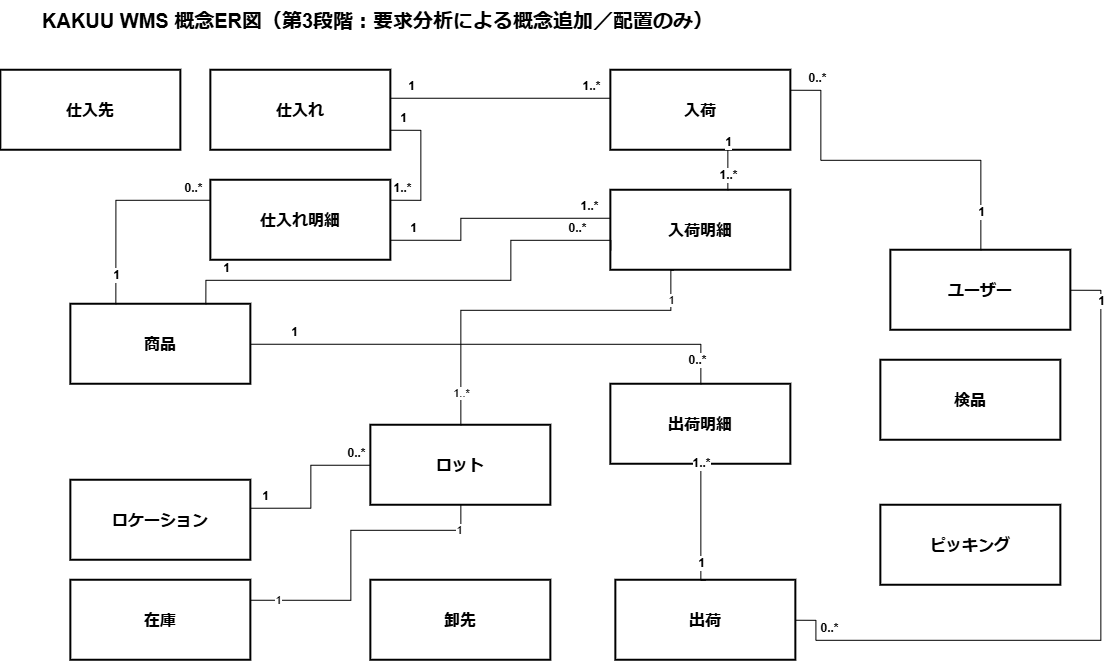
Earlier version of the draw.io export docs/3_要件定義/06_概念ER図/png/KAKUU_WMS_概念ER図_第3段階_配置のみ.drawio.png (hino-115/kakuu-wms). Source tidied: cells renumbered, new cells last; positions are measured from the earlier drawing's top-left corner, leaving out a move shared by most shapes. Source of this version:
```xml
<mxGraphModel>
  <root>
    <mxCell id="0" />
    <mxCell id="1" parent="0" />
    <mxCell id="2" value="KAKUU WMS 概念ER図（第3段階：要求分析による概念追加／配置のみ）" style="text;html=1;strokeColor=none;fillColor=none;align=left;verticalAlign=middle;whiteSpace=wrap;rounded=0;fontSize=20;fontStyle=1;" parent="1" vertex="1">
      <mxGeometry x="40" width="750" height="40" as="geometry" />
    </mxCell>
    <mxCell id="3" value="商品" style="rounded=0;whiteSpace=wrap;html=1;fillColor=#ffffff;strokeColor=#000000;strokeWidth=2;fontSize=16;fontStyle=1;align=center;verticalAlign=middle;" parent="1" vertex="1">
      <mxGeometry x="70" y="304" width="180" height="80" as="geometry" />
    </mxCell>
    <mxCell id="4" value="仕入れ" style="rounded=0;whiteSpace=wrap;html=1;fillColor=#ffffff;strokeColor=#000000;strokeWidth=2;fontSize=16;fontStyle=1;align=center;verticalAlign=middle;" parent="1" vertex="1">
      <mxGeometry x="210" y="70" width="180" height="80" as="geometry" />
    </mxCell>
    <mxCell id="5" value="入荷" style="rounded=0;whiteSpace=wrap;html=1;fillColor=#ffffff;strokeColor=#000000;strokeWidth=2;fontSize=16;fontStyle=1;align=center;verticalAlign=middle;" parent="1" vertex="1">
      <mxGeometry x="610" y="70" width="180" height="80" as="geometry" />
    </mxCell>
    <mxCell id="6" value="在庫" style="rounded=0;whiteSpace=wrap;html=1;fillColor=#ffffff;strokeColor=#000000;strokeWidth=2;fontSize=16;fontStyle=1;align=center;verticalAlign=middle;" parent="1" vertex="1">
      <mxGeometry x="70" y="580" width="180" height="80" as="geometry" />
    </mxCell>
    <mxCell id="7" value="出荷" style="rounded=0;whiteSpace=wrap;html=1;fillColor=#ffffff;strokeColor=#000000;strokeWidth=2;fontSize=16;fontStyle=1;align=center;verticalAlign=middle;" parent="1" vertex="1">
      <mxGeometry x="615" y="580" width="180" height="80" as="geometry" />
    </mxCell>
    <mxCell id="8" value="ロケーション" style="rounded=0;whiteSpace=wrap;html=1;fillColor=#ffffff;strokeColor=#000000;strokeWidth=2;fontSize=16;fontStyle=1;align=center;verticalAlign=middle;" parent="1" vertex="1">
      <mxGeometry x="70" y="480" width="180" height="80" as="geometry" />
    </mxCell>
    <mxCell id="9" value="ユーザー" style="rounded=0;whiteSpace=wrap;html=1;fillColor=#ffffff;strokeColor=#000000;strokeWidth=2;fontSize=16;fontStyle=1;align=center;verticalAlign=middle;" parent="1" vertex="1">
      <mxGeometry x="890" y="250" width="180" height="80" as="geometry" />
    </mxCell>
    <mxCell id="10" value="仕入れ明細" style="rounded=0;whiteSpace=wrap;html=1;fillColor=#ffffff;strokeColor=#000000;strokeWidth=2;fontSize=16;fontStyle=1;align=center;verticalAlign=middle;" parent="1" vertex="1">
      <mxGeometry x="210" y="180" width="180" height="80" as="geometry" />
    </mxCell>
    <mxCell id="11" value="入荷明細" style="rounded=0;whiteSpace=wrap;html=1;fillColor=#ffffff;strokeColor=#000000;strokeWidth=2;fontSize=16;fontStyle=1;align=center;verticalAlign=middle;" parent="1" vertex="1">
      <mxGeometry x="610" y="190" width="180" height="80" as="geometry" />
    </mxCell>
    <mxCell id="12" value="出荷明細" style="rounded=0;whiteSpace=wrap;html=1;fillColor=#ffffff;strokeColor=#000000;strokeWidth=2;fontSize=16;fontStyle=1;align=center;verticalAlign=middle;" parent="1" vertex="1">
      <mxGeometry x="610" y="384" width="180" height="80" as="geometry" />
    </mxCell>
    <mxCell id="13" value="仕入先" style="rounded=0;whiteSpace=wrap;html=1;fillColor=#ffffff;strokeColor=#000000;strokeWidth=2;fontSize=16;fontStyle=1;align=center;verticalAlign=middle;" parent="1" vertex="1">
      <mxGeometry y="70" width="180" height="80" as="geometry" />
    </mxCell>
    <mxCell id="14" value="ロット" style="rounded=0;whiteSpace=wrap;html=1;fillColor=#ffffff;strokeColor=#000000;strokeWidth=2;fontSize=16;fontStyle=1;align=center;verticalAlign=middle;" parent="1" vertex="1">
      <mxGeometry x="370" y="425" width="180" height="80" as="geometry" />
    </mxCell>
    <mxCell id="15" value="ピッキング" style="rounded=0;whiteSpace=wrap;html=1;fillColor=#ffffff;strokeColor=#000000;strokeWidth=2;fontSize=16;fontStyle=1;align=center;verticalAlign=middle;" parent="1" vertex="1">
      <mxGeometry x="880" y="505" width="180" height="80" as="geometry" />
    </mxCell>
    <mxCell id="16" value="検品" style="rounded=0;whiteSpace=wrap;html=1;fillColor=#ffffff;strokeColor=#000000;strokeWidth=2;fontSize=16;fontStyle=1;align=center;verticalAlign=middle;" parent="1" vertex="1">
      <mxGeometry x="880" y="360" width="180" height="80" as="geometry" />
    </mxCell>
    <mxCell id="17" value="卸先" style="rounded=0;whiteSpace=wrap;html=1;fillColor=#ffffff;strokeColor=#000000;strokeWidth=2;fontSize=16;fontStyle=1;align=center;verticalAlign=middle;" parent="1" vertex="1">
      <mxGeometry x="370" y="580" width="180" height="80" as="geometry" />
    </mxCell>
    <mxCell id="18" style="edgeStyle=orthogonalEdgeStyle;rounded=0;jettySize=auto;html=1;endArrow=none;startArrow=none;exitX=0.25;exitY=0;exitDx=0;exitDy=0;entryX=0;entryY=0.25;entryDx=0;entryDy=0;" parent="1" edge="1" source="3" target="10">
      <mxGeometry relative="1" as="geometry" />
    </mxCell>
    <mxCell id="19" value="1" style="edgeLabel;html=1;align=center;verticalAlign=middle;fontSize=12;fontStyle=1;" parent="18" vertex="1">
      <mxGeometry x="-0.82" relative="1" as="geometry">
        <mxPoint y="-12" as="offset" />
      </mxGeometry>
    </mxCell>
    <mxCell id="20" value="0..*" style="edgeLabel;html=1;align=center;verticalAlign=middle;fontSize=12;fontStyle=1;" parent="18" vertex="1">
      <mxGeometry x="0.82" relative="1" as="geometry">
        <mxPoint y="-12" as="offset" />
      </mxGeometry>
    </mxCell>
    <mxCell id="21" style="edgeStyle=orthogonalEdgeStyle;rounded=0;jettySize=auto;html=1;endArrow=none;startArrow=none;exitX=1;exitY=0.75;exitDx=0;exitDy=0;entryX=1;entryY=0.25;entryDx=0;entryDy=0;" parent="1" edge="1" source="4" target="10">
      <mxGeometry relative="1" as="geometry">
        <Array as="points">
          <mxPoint x="420" y="130" />
          <mxPoint x="420" y="200" />
        </Array>
      </mxGeometry>
    </mxCell>
    <mxCell id="22" value="1" style="edgeLabel;html=1;align=center;verticalAlign=middle;fontSize=12;fontStyle=1;" parent="21" vertex="1">
      <mxGeometry x="-0.82" relative="1" as="geometry">
        <mxPoint y="-12" as="offset" />
      </mxGeometry>
    </mxCell>
    <mxCell id="23" value="1..*" style="edgeLabel;html=1;align=center;verticalAlign=middle;fontSize=12;fontStyle=1;" parent="21" vertex="1">
      <mxGeometry x="0.82" relative="1" as="geometry">
        <mxPoint y="-12" as="offset" />
      </mxGeometry>
    </mxCell>
    <mxCell id="24" style="edgeStyle=orthogonalEdgeStyle;rounded=0;jettySize=auto;html=1;endArrow=none;startArrow=none;exitX=1;exitY=0.35;exitDx=0;exitDy=0;entryX=0;entryY=0.35;entryDx=0;entryDy=0;" parent="1" edge="1" source="4" target="5">
      <mxGeometry relative="1" as="geometry" />
    </mxCell>
    <mxCell id="25" value="1" style="edgeLabel;html=1;align=center;verticalAlign=middle;fontSize=12;fontStyle=1;" parent="24" vertex="1">
      <mxGeometry x="-0.82" relative="1" as="geometry">
        <mxPoint y="-12" as="offset" />
      </mxGeometry>
    </mxCell>
    <mxCell id="26" value="1..*" style="edgeLabel;html=1;align=center;verticalAlign=middle;fontSize=12;fontStyle=1;" parent="24" vertex="1">
      <mxGeometry x="0.82" relative="1" as="geometry">
        <mxPoint y="-12" as="offset" />
      </mxGeometry>
    </mxCell>
    <mxCell id="27" style="edgeStyle=orthogonalEdgeStyle;rounded=0;jettySize=auto;html=1;endArrow=none;startArrow=none;exitX=1;exitY=0.75;exitDx=0;exitDy=0;entryX=0;entryY=0.35;entryDx=0;entryDy=0;" parent="1" edge="1" source="10" target="11">
      <mxGeometry relative="1" as="geometry">
        <Array as="points">
          <mxPoint x="460" y="240" />
          <mxPoint x="460" y="218" />
        </Array>
      </mxGeometry>
    </mxCell>
    <mxCell id="28" value="1" style="edgeLabel;html=1;align=center;verticalAlign=middle;fontSize=12;fontStyle=1;" parent="27" vertex="1">
      <mxGeometry x="-0.82" relative="1" as="geometry">
        <mxPoint y="-12" as="offset" />
      </mxGeometry>
    </mxCell>
    <mxCell id="29" value="1..*" style="edgeLabel;html=1;align=center;verticalAlign=middle;fontSize=12;fontStyle=1;" parent="27" vertex="1">
      <mxGeometry x="0.82" relative="1" as="geometry">
        <mxPoint y="-12" as="offset" />
      </mxGeometry>
    </mxCell>
    <mxCell id="30" style="edgeStyle=orthogonalEdgeStyle;rounded=0;jettySize=auto;html=1;endArrow=none;startArrow=none;exitX=0.75;exitY=0;exitDx=0;exitDy=0;entryX=0;entryY=0.75;entryDx=0;entryDy=0;" parent="1" edge="1" source="3" target="11">
      <mxGeometry relative="1" as="geometry">
        <Array as="points">
          <mxPoint x="205" y="280" />
          <mxPoint x="510" y="280" />
          <mxPoint x="510" y="240" />
        </Array>
      </mxGeometry>
    </mxCell>
    <mxCell id="31" value="1" style="edgeLabel;html=1;align=center;verticalAlign=middle;fontSize=12;fontStyle=1;" parent="30" vertex="1">
      <mxGeometry x="-0.82" relative="1" as="geometry">
        <mxPoint y="-12" as="offset" />
      </mxGeometry>
    </mxCell>
    <mxCell id="32" value="0..*" style="edgeLabel;html=1;align=center;verticalAlign=middle;fontSize=12;fontStyle=1;" parent="30" vertex="1">
      <mxGeometry x="0.82" relative="1" as="geometry">
        <mxPoint y="-12" as="offset" />
      </mxGeometry>
    </mxCell>
    <mxCell id="33" style="edgeStyle=orthogonalEdgeStyle;rounded=0;jettySize=auto;html=1;endArrow=none;startArrow=none;exitX=0.65;exitY=1;exitDx=0;exitDy=0;entryX=0.65;entryY=0;entryDx=0;entryDy=0;" parent="1" edge="1" source="5" target="11">
      <mxGeometry relative="1" as="geometry" />
    </mxCell>
    <mxCell id="34" value="1" style="edgeLabel;html=1;align=center;verticalAlign=middle;fontSize=12;fontStyle=1;" parent="33" vertex="1">
      <mxGeometry x="-0.82" relative="1" as="geometry">
        <mxPoint y="-12" as="offset" />
      </mxGeometry>
    </mxCell>
    <mxCell id="35" value="1..*" style="edgeLabel;html=1;align=center;verticalAlign=middle;fontSize=12;fontStyle=1;" parent="33" vertex="1">
      <mxGeometry x="0.82" relative="1" as="geometry">
        <mxPoint y="-12" as="offset" />
      </mxGeometry>
    </mxCell>
    <mxCell id="36" style="edgeStyle=orthogonalEdgeStyle;rounded=0;jettySize=auto;html=1;endArrow=none;startArrow=none;exitX=1;exitY=0.5;exitDx=0;exitDy=0;entryX=0.5;entryY=0;entryDx=0;entryDy=0;" parent="1" edge="1" source="3" target="12">
      <mxGeometry relative="1" as="geometry" />
    </mxCell>
    <mxCell id="37" value="1" style="edgeLabel;html=1;align=center;verticalAlign=middle;fontSize=12;fontStyle=1;" parent="36" vertex="1">
      <mxGeometry x="-0.82" relative="1" as="geometry">
        <mxPoint y="-12" as="offset" />
      </mxGeometry>
    </mxCell>
    <mxCell id="38" value="0..*" style="edgeLabel;html=1;align=center;verticalAlign=middle;fontSize=12;fontStyle=1;" parent="36" vertex="1">
      <mxGeometry x="0.82" relative="1" as="geometry">
        <mxPoint y="16" as="offset" />
      </mxGeometry>
    </mxCell>
    <mxCell id="39" style="edgeStyle=orthogonalEdgeStyle;rounded=0;jettySize=auto;html=1;endArrow=none;startArrow=none;exitX=0.5;exitY=0;exitDx=0;exitDy=0;entryX=0.5;entryY=1;entryDx=0;entryDy=0;" parent="1" edge="1" source="7" target="12">
      <mxGeometry relative="1" as="geometry">
        <Array as="points">
          <mxPoint x="700" y="580" />
        </Array>
      </mxGeometry>
    </mxCell>
    <mxCell id="40" value="1" style="edgeLabel;html=1;align=center;verticalAlign=middle;fontSize=12;fontStyle=1;" parent="39" vertex="1">
      <mxGeometry x="-0.82" relative="1" as="geometry">
        <mxPoint y="-12" as="offset" />
      </mxGeometry>
    </mxCell>
    <mxCell id="41" value="1..*" style="edgeLabel;html=1;align=center;verticalAlign=middle;fontSize=12;fontStyle=1;" parent="39" vertex="1">
      <mxGeometry x="0.82" relative="1" as="geometry">
        <mxPoint y="-12" as="offset" />
      </mxGeometry>
    </mxCell>
    <mxCell id="42" style="edgeStyle=orthogonalEdgeStyle;rounded=0;jettySize=auto;html=1;endArrow=none;startArrow=none;exitX=1;exitY=0.35;exitDx=0;exitDy=0;entryX=0;entryY=0.5;entryDx=0;entryDy=0;" parent="1" edge="1" source="8" target="14">
      <mxGeometry relative="1" as="geometry" />
    </mxCell>
    <mxCell id="43" value="1" style="edgeLabel;html=1;align=center;verticalAlign=middle;fontSize=12;fontStyle=1;" parent="42" vertex="1">
      <mxGeometry x="-0.82" relative="1" as="geometry">
        <mxPoint y="-12" as="offset" />
      </mxGeometry>
    </mxCell>
    <mxCell id="44" value="0..*" style="edgeLabel;html=1;align=center;verticalAlign=middle;fontSize=12;fontStyle=1;" parent="42" vertex="1">
      <mxGeometry x="0.82" relative="1" as="geometry">
        <mxPoint y="-12" as="offset" />
      </mxGeometry>
    </mxCell>
    <mxCell id="45" style="edgeStyle=orthogonalEdgeStyle;rounded=0;jettySize=auto;html=1;endArrow=none;startArrow=none;exitX=0.5;exitY=0;exitDx=0;exitDy=0;entryX=1;entryY=0.25;entryDx=0;entryDy=0;" parent="1" edge="1" source="9" target="5">
      <mxGeometry relative="1" as="geometry">
        <Array as="points">
          <mxPoint x="980" y="160" />
          <mxPoint x="820" y="160" />
          <mxPoint x="820" y="90" />
        </Array>
      </mxGeometry>
    </mxCell>
    <mxCell id="46" value="1" style="edgeLabel;html=1;align=center;verticalAlign=middle;fontSize=12;fontStyle=1;" parent="45" vertex="1">
      <mxGeometry x="-0.85" relative="1" as="geometry">
        <mxPoint y="-12" as="offset" />
      </mxGeometry>
    </mxCell>
    <mxCell id="47" value="0..*" style="edgeLabel;html=1;align=center;verticalAlign=middle;fontSize=12;fontStyle=1;" parent="45" vertex="1">
      <mxGeometry x="0.85" relative="1" as="geometry">
        <mxPoint y="-12" as="offset" />
      </mxGeometry>
    </mxCell>
    <mxCell id="48" style="edgeStyle=orthogonalEdgeStyle;rounded=0;jettySize=auto;html=1;endArrow=none;startArrow=none;exitX=1;exitY=0.5;exitDx=0;exitDy=0;entryX=1;entryY=0.5;entryDx=0;entryDy=0;" parent="1" edge="1" source="9" target="7">
      <mxGeometry relative="1" as="geometry">
        <Array as="points">
          <mxPoint x="1100" y="290" />
          <mxPoint x="1100" y="640" />
          <mxPoint x="815" y="640" />
          <mxPoint x="815" y="620" />
        </Array>
      </mxGeometry>
    </mxCell>
    <mxCell id="49" value="1" style="edgeLabel;html=1;align=center;verticalAlign=middle;fontSize=12;fontStyle=1;" parent="48" vertex="1">
      <mxGeometry x="-0.85" relative="1" as="geometry">
        <mxPoint y="-12" as="offset" />
      </mxGeometry>
    </mxCell>
    <mxCell id="50" value="0..*" style="edgeLabel;html=1;align=center;verticalAlign=middle;fontSize=12;fontStyle=1;" parent="48" vertex="1">
      <mxGeometry x="0.85" relative="1" as="geometry">
        <mxPoint y="-12" as="offset" />
      </mxGeometry>
    </mxCell>
    <mxCell id="51" style="edgeStyle=orthogonalEdgeStyle;rounded=0;jettySize=auto;html=1;endArrow=none;startArrow=none;exitX=0.35;exitY=1;exitDx=0;exitDy=0;entryX=0.5;entryY=0;entryDx=0;entryDy=0;" parent="1" edge="1" source="11" target="14">
      <mxGeometry relative="1" as="geometry">
        <Array as="points">
          <mxPoint x="670" y="270" />
          <mxPoint x="670" y="310" />
          <mxPoint x="460" y="310" />
        </Array>
      </mxGeometry>
    </mxCell>
    <mxCell id="52" value="1" style="edgeLabel;html=1;align=center;verticalAlign=middle;" parent="51" vertex="1">
      <mxGeometry x="-0.82" relative="1" as="geometry" />
    </mxCell>
    <mxCell id="53" value="1..*" style="edgeLabel;html=1;align=center;verticalAlign=middle;" parent="51" vertex="1">
      <mxGeometry x="0.82" relative="1" as="geometry" />
    </mxCell>
    <mxCell id="54" style="edgeStyle=orthogonalEdgeStyle;rounded=0;jettySize=auto;html=1;endArrow=none;startArrow=none;exitX=0.5;exitY=1;exitDx=0;exitDy=0;entryX=1;entryY=0.25;entryDx=0;entryDy=0;" parent="1" edge="1" source="14" target="6">
      <mxGeometry relative="1" as="geometry">
        <Array as="points">
          <mxPoint x="460" y="530" />
          <mxPoint x="350" y="530" />
          <mxPoint x="350" y="600" />
        </Array>
      </mxGeometry>
    </mxCell>
    <mxCell id="55" value="1" style="edgeLabel;html=1;align=center;verticalAlign=middle;" parent="54" vertex="1">
      <mxGeometry x="-0.82" relative="1" as="geometry" />
    </mxCell>
    <mxCell id="56" value="1" style="edgeLabel;html=1;align=center;verticalAlign=middle;" parent="54" vertex="1">
      <mxGeometry x="0.82" relative="1" as="geometry" />
    </mxCell>
  </root>
</mxGraphModel>
```
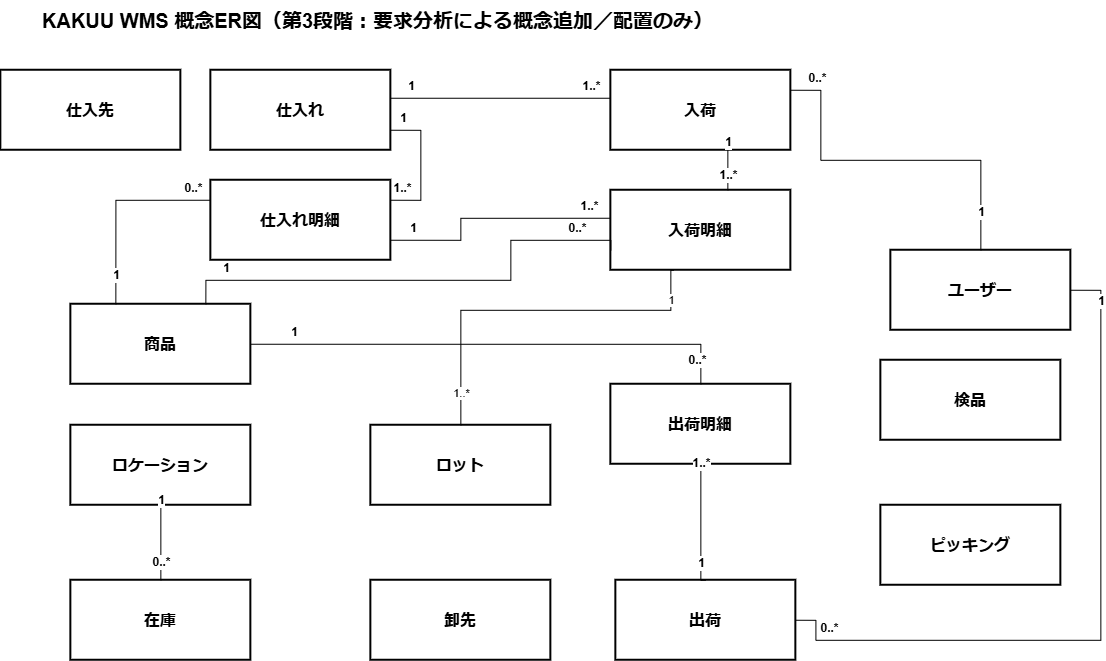
After the change.

What changed in the source:
```diff
@@ -21,7 +21,7 @@
       <mxGeometry x="615" y="580" width="180" height="80" as="geometry" />
     </mxCell>
     <mxCell id="8" value="ロケーション" style="rounded=0;whiteSpace=wrap;html=1;fillColor=#ffffff;strokeColor=#000000;strokeWidth=2;fontSize=16;fontStyle=1;align=center;verticalAlign=middle;" parent="1" vertex="1">
-      <mxGeometry x="70" y="480" width="180" height="80" as="geometry" />
+      <mxGeometry x="70" y="425" width="180" height="80" as="geometry" />
     </mxCell>
     <mxCell id="9" value="ユーザー" style="rounded=0;whiteSpace=wrap;html=1;fillColor=#ffffff;strokeColor=#000000;strokeWidth=2;fontSize=16;fontStyle=1;align=center;verticalAlign=middle;" parent="1" vertex="1">
       <mxGeometry x="890" y="250" width="180" height="80" as="geometry" />
@@ -174,7 +174,7 @@
         <mxPoint y="-12" as="offset" />
       </mxGeometry>
     </mxCell>
-    <mxCell id="42" style="edgeStyle=orthogonalEdgeStyle;rounded=0;jettySize=auto;html=1;endArrow=none;startArrow=none;exitX=1;exitY=0.35;exitDx=0;exitDy=0;entryX=0;entryY=0.5;entryDx=0;entryDy=0;" parent="1" edge="1" source="8" target="14">
+    <mxCell id="42" style="edgeStyle=orthogonalEdgeStyle;rounded=0;jettySize=auto;html=1;endArrow=none;startArrow=none;exitX=0.5;exitY=1;exitDx=0;exitDy=0;entryX=0.5;entryY=0;entryDx=0;entryDy=0;" parent="1" edge="1" source="8" target="6">
       <mxGeometry relative="1" as="geometry" />
     </mxCell>
     <mxCell id="43" value="1" style="edgeLabel;html=1;align=center;verticalAlign=middle;fontSize=12;fontStyle=1;" parent="42" vertex="1">
@@ -241,20 +241,5 @@
     <mxCell id="53" value="1..*" style="edgeLabel;html=1;align=center;verticalAlign=middle;" parent="51" vertex="1">
       <mxGeometry x="0.82" relative="1" as="geometry" />
     </mxCell>
-    <mxCell id="54" style="edgeStyle=orthogonalEdgeStyle;rounded=0;jettySize=auto;html=1;endArrow=none;startArrow=none;exitX=0.5;exitY=1;exitDx=0;exitDy=0;entryX=1;entryY=0.25;entryDx=0;entryDy=0;" parent="1" edge="1" source="14" target="6">
-      <mxGeometry relative="1" as="geometry">
-        <Array as="points">
-          <mxPoint x="460" y="530" />
-          <mxPoint x="350" y="530" />
-          <mxPoint x="350" y="600" />
-        </Array>
-      </mxGeometry>
-    </mxCell>
-    <mxCell id="55" value="1" style="edgeLabel;html=1;align=center;verticalAlign=middle;" parent="54" vertex="1">
-      <mxGeometry x="-0.82" relative="1" as="geometry" />
-    </mxCell>
-    <mxCell id="56" value="1" style="edgeLabel;html=1;align=center;verticalAlign=middle;" parent="54" vertex="1">
-      <mxGeometry x="0.82" relative="1" as="geometry" />
-    </mxCell>
   </root>
 </mxGraphModel>
```
